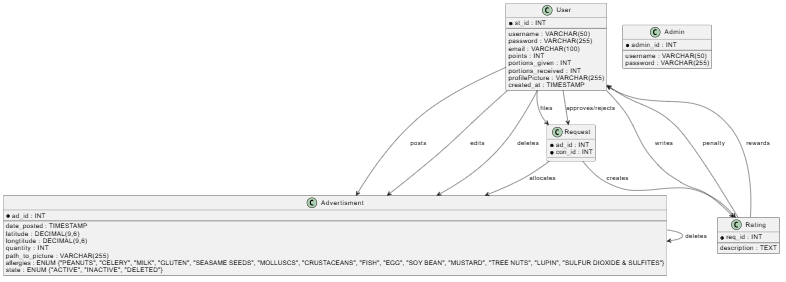
Earlier version of the PlantUML export unibite/database/ER/ER.png (avrapavlos/UniBite). Its source is kept beside it as unibite/database/ER/ER.puml. Source of this version:
```plantuml
@startuml ER

class User {
    *st_id : INT
    --
    username : VARCHAR(50)
    password : VARCHAR(255)
    email : VARCHAR(100)
    points : INT
    portions_given : INT
    portions_received : INT
    profilePicture : VARCHAR(255)
    created_at : TIMESTAMP
}
class Advertisment {
    *ad_id : INT
    --
    date_posted : TIMESTAMP
    latitude : DECIMAL(9,6)
    longtitude : DECIMAL(9,6)
    quantity : INT
    path_to_picture : VARCHAR(255)
    allergies : ENUM {"PEANUTS", "CELERY", "MILK", "GLUTEN", "SEASAME SEEDS", "MOLLUSCS", "CRUSTACEANS", "FISH", "EGG", "SOY BEAN", "MUSTARD", "TREE NUTS", "LUPIN", "SULFUR DIOXIDE & SULFITES"}
    state : ENUM {"ACTIVE", "INACTIVE", "DELETED"}
}
class Admin {
    *admin_id : INT
    --
    username : VARCHAR(50)
    password : VARCHAR(255)
}
class Request {
    *ad_id : INT
    *con_id : INT
}
class Rating {
    *req_id : INT
    --
    description : TEXT
}

User --> Advertisment : posts
User --> Advertisment : edits
User --> Advertisment : deletes
Advertisment --> Advertisment : deletes
User --> Request : files
Request --> Advertisment : allocates
User --> Request : approves/rejects
Request --> Rating : creates
User --> Rating : writes
Rating --> User : penalty
Rating --> User : rewards
@enduml
```
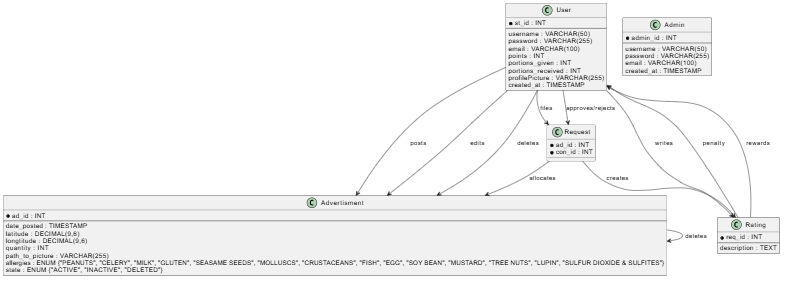
The same file after the commit.

Commit message:
Admin table

What changed in the source:
```diff
@@ -28,6 +28,8 @@
     --
     username : VARCHAR(50)
     password : VARCHAR(255)
+    email : VARCHAR(100)
+    created_at : TIMESTAMP
 }
 class Request {
     *ad_id : INT
```
